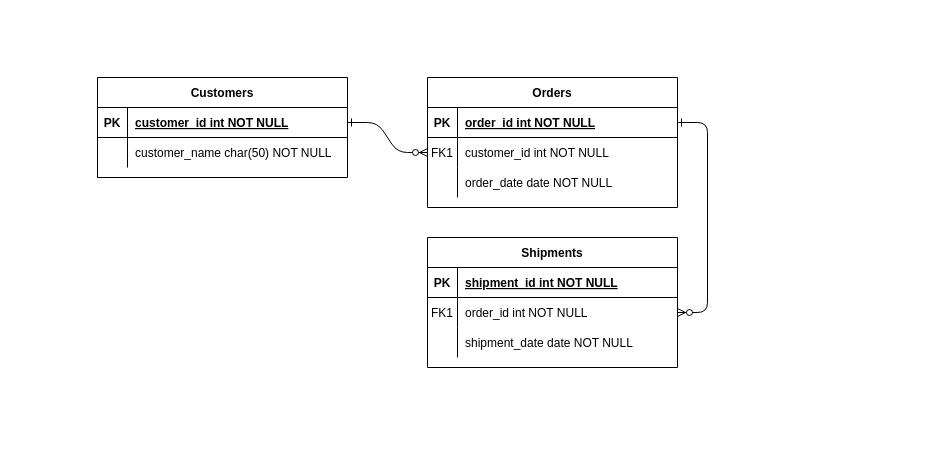
Earlier version of the draw.io diagram Untitled Diagram.drawio (J-R4/H-Fx-Money-Managerial-App). Source tidied: cells renumbered, new cells numbered last; positions are measured from the earlier drawing's top-left corner, leaving out a move shared by most shapes. Both pictures are drawn from the tidied source at 100%, with x=0, y=0 at pixel (97, 77).
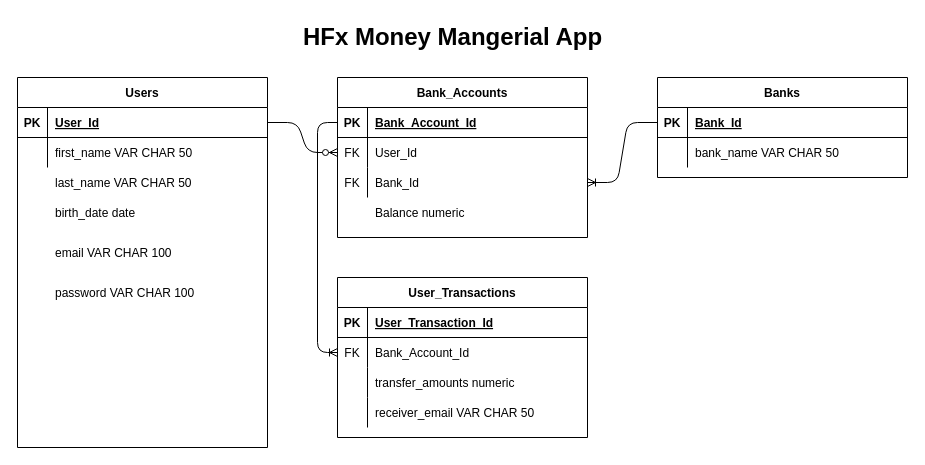
The same diagram, later.

Commit message:
HFx Money Managerial App

Unchanged cells that the change refers to:
```xml
<mxCell id="5" style="shape=partialRectangle;fillColor=none;points=[[0,0.5],[1,0.5]];portConstraint=eastwest;top=0;left=0;right=0;bottom=1;" parent="4" vertex="1">
  <mxGeometry y="30" width="250" height="30" as="geometry" />
</mxCell>
<mxCell id="8" style="shape=partialRectangle;fillColor=none;points=[[0,0.5],[1,0.5]];portConstraint=eastwest;top=0;left=0;right=0;bottom=0;" parent="4" vertex="1">
  <mxGeometry y="60" width="250" height="30" as="geometry" />
</mxCell>
<mxCell id="11" style="shape=partialRectangle;fillColor=none;points=[[0,0.5],[1,0.5]];portConstraint=eastwest;top=0;left=0;right=0;bottom=0;" parent="4" vertex="1">
  <mxGeometry y="90" width="250" height="30" as="geometry" />
</mxCell>
<mxCell id="15" style="shape=partialRectangle;fillColor=none;points=[[0,0.5],[1,0.5]];portConstraint=eastwest;top=0;left=0;right=0;bottom=1;" parent="14" vertex="1">
  <mxGeometry y="30" width="250" height="30" as="geometry" />
</mxCell>
<mxCell id="18" style="shape=partialRectangle;fillColor=none;points=[[0,0.5],[1,0.5]];portConstraint=eastwest;top=0;left=0;right=0;bottom=0;" parent="14" vertex="1">
  <mxGeometry y="60" width="250" height="30" as="geometry" />
</mxCell>
<mxCell id="25" style="shape=partialRectangle;fillColor=none;points=[[0,0.5],[1,0.5]];portConstraint=eastwest;top=0;left=0;right=0;bottom=1;" parent="24" vertex="1">
  <mxGeometry y="30" width="250" height="30" as="geometry" />
</mxCell>
<mxCell id="28" style="shape=partialRectangle;fillColor=none;top=0;left=0;right=0;bottom=0;" parent="24" vertex="1">
  <mxGeometry y="60" width="250" height="30" as="geometry" />
</mxCell>
```

Change to the diagram source:
```diff
@@
-    <mxCell id="2" style="edgeStyle=entityRelationEdgeStyle;endArrow=ERzeroToMany;startArrow=ERone;endFill=1;startFill=0;" parent="1" edge="1" source="25" target="8">
+    <mxCell id="2" style="edgeStyle=entityRelationEdgeStyle;endArrow=ERzeroToMany;startArrow=none;endFill=1;startFill=0;" parent="1" edge="1" source="25" target="8">
       <mxGeometry relative="1" as="geometry" />
     </mxCell>
-    <mxCell id="3" style="edgeStyle=entityRelationEdgeStyle;endArrow=ERzeroToMany;startArrow=ERone;endFill=1;startFill=0;" parent="1" edge="1" source="5" target="18">
+    <mxCell id="3" style="edgeStyle=entityRelationEdgeStyle;endArrow=none;startArrow=ERoneToMany;endFill=0;startFill=0;entryX=0;entryY=0.5;entryDx=0;entryDy=0;exitX=1;exitY=0.5;exitDx=0;exitDy=0;" parent="1" edge="1" source="11" target="15">
       <mxGeometry relative="1" as="geometry" />
     </mxCell>
-    <mxCell id="4" value="Orders" style="shape=table;startSize=30;childLayout=tableLayout;rowLines=0;fontStyle=1;align=center;" parent="1" vertex="1">
-      <mxGeometry x="330" width="250" height="130" as="geometry" />
+    <mxCell id="4" value="Bank_Accounts" style="shape=table;startSize=30;childLayout=tableLayout;rowLines=0;fontStyle=1;align=center;" parent="1" vertex="1">
+      <mxGeometry x="240" width="250" height="160" as="geometry" />
     </mxCell>
@@
-    <mxCell id="7" value="order_id int NOT NULL " style="shape=partialRectangle;overflow=hidden;fillColor=none;top=0;left=0;bottom=0;right=0;align=left;spacingLeft=6;fontStyle=5;" parent="5" vertex="1">
+    <mxCell id="7" value="Bank_Account_Id" style="shape=partialRectangle;overflow=hidden;fillColor=none;top=0;left=0;bottom=0;right=0;align=left;spacingLeft=6;fontStyle=5;" parent="5" vertex="1">
       <mxGeometry x="30" width="220" height="30" as="geometry" />
     </mxCell>
@@
-    <mxCell id="9" value="FK1" style="shape=partialRectangle;overflow=hidden;fillColor=none;top=0;left=0;bottom=0;right=0;" parent="8" vertex="1">
+    <mxCell id="9" value="FK" style="shape=partialRectangle;overflow=hidden;fillColor=none;top=0;left=0;bottom=0;right=0;" parent="8" vertex="1">
       <mxGeometry width="30" height="30" as="geometry" />
     </mxCell>
-    <mxCell id="10" value="customer_id int NOT NULL" style="shape=partialRectangle;overflow=hidden;fillColor=none;top=0;left=0;bottom=0;right=0;align=left;spacingLeft=6;" parent="8" vertex="1">
+    <mxCell id="10" value="User_Id" style="shape=partialRectangle;overflow=hidden;fillColor=none;top=0;left=0;bottom=0;right=0;align=left;spacingLeft=6;" parent="8" vertex="1">
       <mxGeometry x="30" width="220" height="30" as="geometry" />
     </mxCell>
@@
-    <mxCell id="12" style="shape=partialRectangle;overflow=hidden;fillColor=none;top=0;left=0;bottom=0;right=0;" parent="11" vertex="1">
+    <mxCell id="12" value="FK" style="shape=partialRectangle;overflow=hidden;fillColor=none;top=0;left=0;bottom=0;right=0;" parent="11" vertex="1">
       <mxGeometry width="30" height="30" as="geometry" />
     </mxCell>
-    <mxCell id="13" value="order_date date NOT NULL" style="shape=partialRectangle;overflow=hidden;fillColor=none;top=0;left=0;bottom=0;right=0;align=left;spacingLeft=6;" parent="11" vertex="1">
+    <mxCell id="13" value="Bank_Id" style="shape=partialRectangle;overflow=hidden;fillColor=none;top=0;left=0;bottom=0;right=0;align=left;spacingLeft=6;" parent="11" vertex="1">
       <mxGeometry x="30" width="220" height="30" as="geometry" />
     </mxCell>
-    <mxCell id="14" value="Shipments" style="shape=table;startSize=30;childLayout=tableLayout;rowLines=0;fontStyle=1;align=center;" parent="1" vertex="1">
-      <mxGeometry x="330" y="160" width="250" height="130" as="geometry" />
+    <mxCell id="14" value="Banks" style="shape=table;startSize=30;childLayout=tableLayout;rowLines=0;fontStyle=1;align=center;" parent="1" vertex="1">
+      <mxGeometry x="560" width="250" height="100" as="geometry" />
     </mxCell>
@@
-    <mxCell id="17" value="shipment_id int NOT NULL " style="shape=partialRectangle;overflow=hidden;fillColor=none;top=0;left=0;bottom=0;right=0;align=left;spacingLeft=6;fontStyle=5;" parent="15" vertex="1">
+    <mxCell id="17" value="Bank_Id" style="shape=partialRectangle;overflow=hidden;fillColor=none;top=0;left=0;bottom=0;right=0;align=left;spacingLeft=6;fontStyle=5;" parent="15" vertex="1">
       <mxGeometry x="30" width="220" height="30" as="geometry" />
     </mxCell>
@@
-    <mxCell id="19" value="FK1" style="shape=partialRectangle;overflow=hidden;fillColor=none;top=0;left=0;bottom=0;right=0;" parent="18" vertex="1">
+    <mxCell id="19" style="shape=partialRectangle;overflow=hidden;fillColor=none;top=0;left=0;bottom=0;right=0;" parent="18" vertex="1">
       <mxGeometry width="30" height="30" as="geometry" />
     </mxCell>
-    <mxCell id="20" value="order_id int NOT NULL" style="shape=partialRectangle;overflow=hidden;fillColor=none;top=0;left=0;bottom=0;right=0;align=left;spacingLeft=6;" parent="18" vertex="1">
+    <mxCell id="20" value="bank_name VAR CHAR 50" style="shape=partialRectangle;overflow=hidden;fillColor=none;top=0;left=0;bottom=0;right=0;align=left;spacingLeft=6;" parent="18" vertex="1">
       <mxGeometry x="30" width="220" height="30" as="geometry" />
     </mxCell>
-    <mxCell id="21" style="shape=partialRectangle;fillColor=none;top=0;left=0;right=0;bottom=0;" parent="14" vertex="1">
-      <mxGeometry y="90" width="250" height="30" as="geometry" />
-    </mxCell>
-    <mxCell id="22" style="shape=partialRectangle;overflow=hidden;fillColor=none;top=0;left=0;bottom=0;right=0;" parent="21" vertex="1">
-      <mxGeometry width="30" height="30" as="geometry" />
-    </mxCell>
-    <mxCell id="23" value="shipment_date date NOT NULL" style="shape=partialRectangle;overflow=hidden;fillColor=none;top=0;left=0;bottom=0;right=0;align=left;spacingLeft=6;" parent="21" vertex="1">
-      <mxGeometry x="30" width="220" height="30" as="geometry" />
-    </mxCell>
-    <mxCell id="24" value="Customers" style="shape=table;startSize=30;childLayout=tableLayout;rowLines=0;fontStyle=1;align=center;" parent="1" vertex="1">
-      <mxGeometry width="250" height="100" as="geometry" />
+    <mxCell id="24" value="Users" style="shape=table;startSize=30;childLayout=tableLayout;rowLines=0;fontStyle=1;align=center;" parent="1" vertex="1">
+      <mxGeometry x="-80" width="250" height="370" as="geometry" />
     </mxCell>
@@
-    <mxCell id="27" value="customer_id int NOT NULL " style="shape=partialRectangle;overflow=hidden;fillColor=none;top=0;left=0;bottom=0;right=0;align=left;spacingLeft=6;fontStyle=5;" parent="25" vertex="1">
+    <mxCell id="27" value="User_Id" style="shape=partialRectangle;overflow=hidden;fillColor=none;top=0;left=0;bottom=0;right=0;align=left;spacingLeft=6;fontStyle=5;" parent="25" vertex="1">
       <mxGeometry x="30" width="220" height="30" as="geometry" />
     </mxCell>
@@
-    <mxCell id="30" value="customer_name char(50) NOT NULL" style="shape=partialRectangle;overflow=hidden;fillColor=none;top=0;left=0;bottom=0;right=0;align=left;spacingLeft=6;" parent="28" vertex="1">
+    <mxCell id="30" value="first_name VAR CHAR 50" style="shape=partialRectangle;overflow=hidden;fillColor=none;top=0;left=0;bottom=0;right=0;align=left;spacingLeft=6;" parent="28" vertex="1">
       <mxGeometry x="30" width="220" height="30" as="geometry" />
     </mxCell>
+    <mxCell id="31" value="last_name VAR CHAR 50" style="shape=partialRectangle;overflow=hidden;fillColor=none;top=0;left=0;bottom=0;right=0;align=left;spacingLeft=6;" parent="1" vertex="1">
+      <mxGeometry x="-50" y="90" width="220" height="30" as="geometry" />
+    </mxCell>
+    <mxCell id="32" value="birth_date date" style="shape=partialRectangle;overflow=hidden;fillColor=none;top=0;left=0;bottom=0;right=0;align=left;spacingLeft=6;" parent="1" vertex="1">
+      <mxGeometry x="-50" y="120" width="220" height="30" as="geometry" />
+    </mxCell>
+    <mxCell id="33" value="email VAR CHAR 100" style="shape=partialRectangle;overflow=hidden;fillColor=none;top=0;left=0;bottom=0;right=0;align=left;spacingLeft=6;" parent="1" vertex="1">
+      <mxGeometry x="-50" y="160" width="220" height="30" as="geometry" />
+    </mxCell>
+    <mxCell id="34" value="password VAR CHAR 100" style="shape=partialRectangle;overflow=hidden;fillColor=none;top=0;left=0;bottom=0;right=0;align=left;spacingLeft=6;" parent="1" vertex="1">
+      <mxGeometry x="-50" y="200" width="220" height="30" as="geometry" />
+    </mxCell>
+    <mxCell id="35" value="Balance numeric" style="shape=partialRectangle;overflow=hidden;fillColor=none;top=0;left=0;bottom=0;right=0;align=left;spacingLeft=6;" parent="1" vertex="1">
+      <mxGeometry x="270" y="120" width="220" height="30" as="geometry" />
+    </mxCell>
+    <mxCell id="36" value="User_Transactions" style="shape=table;startSize=30;childLayout=tableLayout;rowLines=0;fontStyle=1;align=center;" parent="1" vertex="1">
+      <mxGeometry x="240" y="200" width="250" height="160" as="geometry" />
+    </mxCell>
+    <mxCell id="37" style="shape=partialRectangle;fillColor=none;top=0;left=0;bottom=1;right=0;" parent="36" vertex="1">
+      <mxGeometry y="30" width="250" height="30" as="geometry" />
+    </mxCell>
+    <mxCell id="38" value="PK" style="shape=partialRectangle;fillColor=none;top=0;left=0;bottom=0;right=0;fontStyle=1;overflow=hidden;" parent="37" vertex="1">
+      <mxGeometry width="30" height="30" as="geometry" />
+    </mxCell>
+    <mxCell id="39" value="User_Transaction_Id" style="shape=partialRectangle;fillColor=none;top=0;left=0;bottom=0;right=0;align=left;spacingLeft=6;fontStyle=5;overflow=hidden;" parent="37" vertex="1">
+      <mxGeometry x="30" width="220" height="30" as="geometry" />
+    </mxCell>
+    <mxCell id="40" style="shape=partialRectangle;fillColor=none;top=0;left=0;bottom=0;right=0;points=[[0,0.5],[1,0.5]];portConstraint=eastwest;" parent="36" vertex="1">
+      <mxGeometry y="60" width="250" height="30" as="geometry" />
+    </mxCell>
+    <mxCell id="41" value="FK" style="shape=partialRectangle;fillColor=none;top=0;left=0;bottom=0;right=0;overflow=hidden;" parent="40" vertex="1">
+      <mxGeometry width="30" height="30" as="geometry" />
+    </mxCell>
+    <mxCell id="42" value="Bank_Account_Id" style="shape=partialRectangle;fillColor=none;top=0;left=0;bottom=0;right=0;align=left;spacingLeft=6;overflow=hidden;" parent="40" vertex="1">
+      <mxGeometry x="30" width="220" height="30" as="geometry" />
+    </mxCell>
+    <mxCell id="43" style="shape=partialRectangle;fillColor=none;top=0;left=0;bottom=0;right=0;" parent="36" vertex="1">
+      <mxGeometry y="90" width="250" height="30" as="geometry" />
+    </mxCell>
+    <mxCell id="44" style="shape=partialRectangle;fillColor=none;top=0;left=0;bottom=0;right=0;overflow=hidden;" parent="43" vertex="1">
+      <mxGeometry width="30" height="30" as="geometry" />
+    </mxCell>
+    <mxCell id="45" value="transfer_amounts numeric" style="shape=partialRectangle;fillColor=none;top=0;left=0;bottom=0;right=0;align=left;spacingLeft=6;overflow=hidden;" parent="43" vertex="1">
+      <mxGeometry x="30" width="220" height="30" as="geometry" />
+    </mxCell>
+    <mxCell id="46" style="shape=partialRectangle;fillColor=none;top=0;left=0;bottom=0;right=0;" parent="36" vertex="1">
+      <mxGeometry y="120" width="250" height="30" as="geometry" />
+    </mxCell>
+    <mxCell id="47" style="shape=partialRectangle;fillColor=none;top=0;left=0;bottom=0;right=0;overflow=hidden;" parent="46" vertex="1">
+      <mxGeometry width="30" height="30" as="geometry" />
+    </mxCell>
+    <mxCell id="48" value="receiver_email VAR CHAR 50" style="shape=partialRectangle;fillColor=none;top=0;left=0;bottom=0;right=0;align=left;spacingLeft=6;overflow=hidden;" parent="46" vertex="1">
+      <mxGeometry x="30" width="220" height="30" as="geometry" />
+    </mxCell>
+    <mxCell id="49" style="edgeStyle=orthogonalEdgeStyle;curved=0;rounded=1;sketch=0;jettySize=auto;html=1;entryX=0;entryY=0.5;entryDx=0;entryDy=0;endArrow=ERoneToMany;endFill=0;" parent="1" edge="1" source="5" target="40">
+      <mxGeometry relative="1" as="geometry" />
+    </mxCell>
+    <mxCell id="50" value="HFx Money Mangerial App" style="text;strokeColor=none;fillColor=none;html=1;fontSize=24;fontStyle=1;verticalAlign=middle;align=center;rounded=0;sketch=0;" parent="1" vertex="1">
+      <mxGeometry x="305" y="-60" width="100" height="40" as="geometry" />
+    </mxCell>
```
